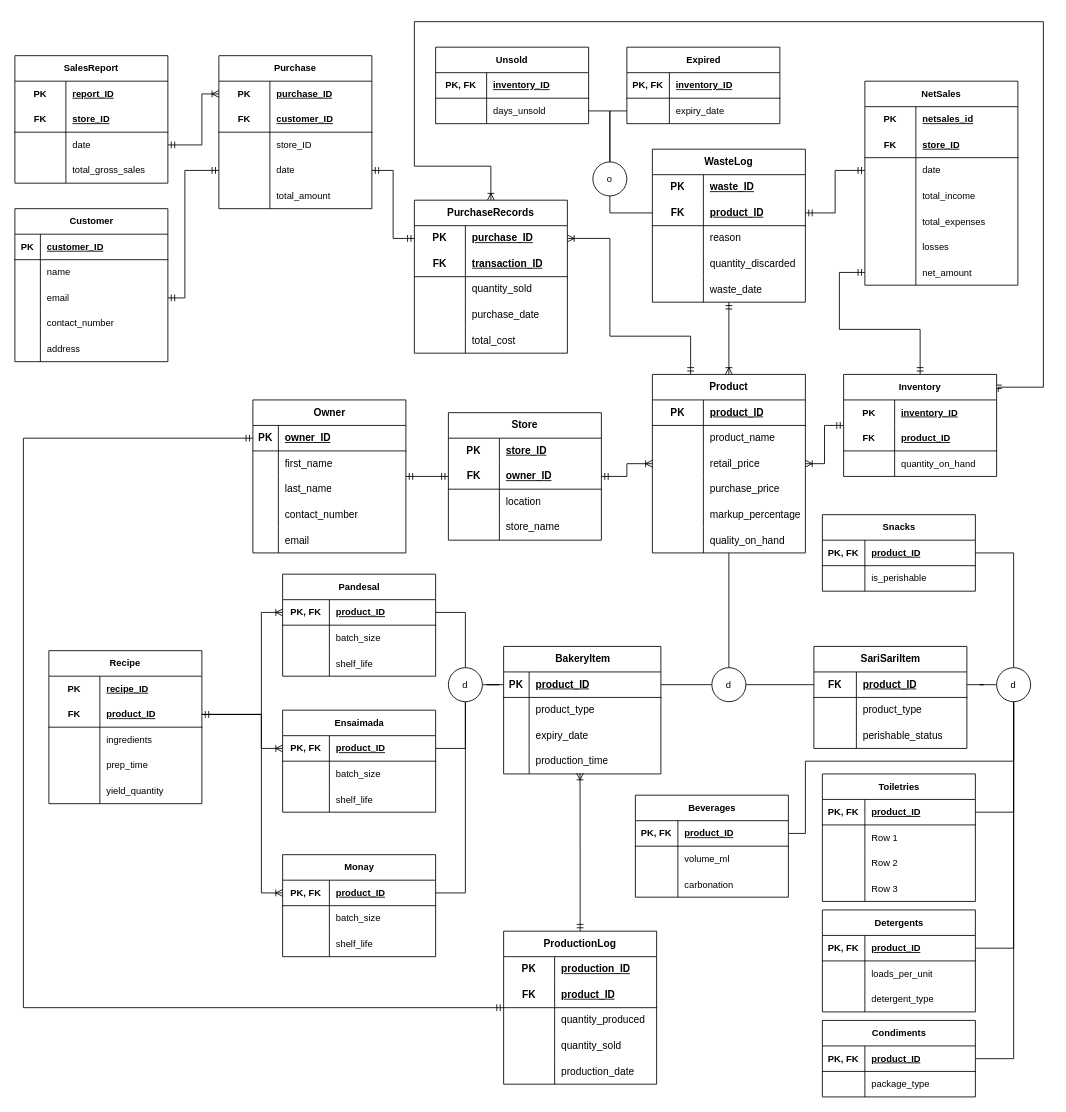
ConnedMaster/ITS131P keeps this draw.io diagram as Reworked ERD.drawio. Above is the earlier version. Source tidied: cells renumbered, new cells numbered last; positions are measured from the earlier drawing's top-left corner, leaving out a move shared by most shapes. Both pictures are drawn from the tidied source at 85%, with x=0, y=0 at pixel (14, 21).
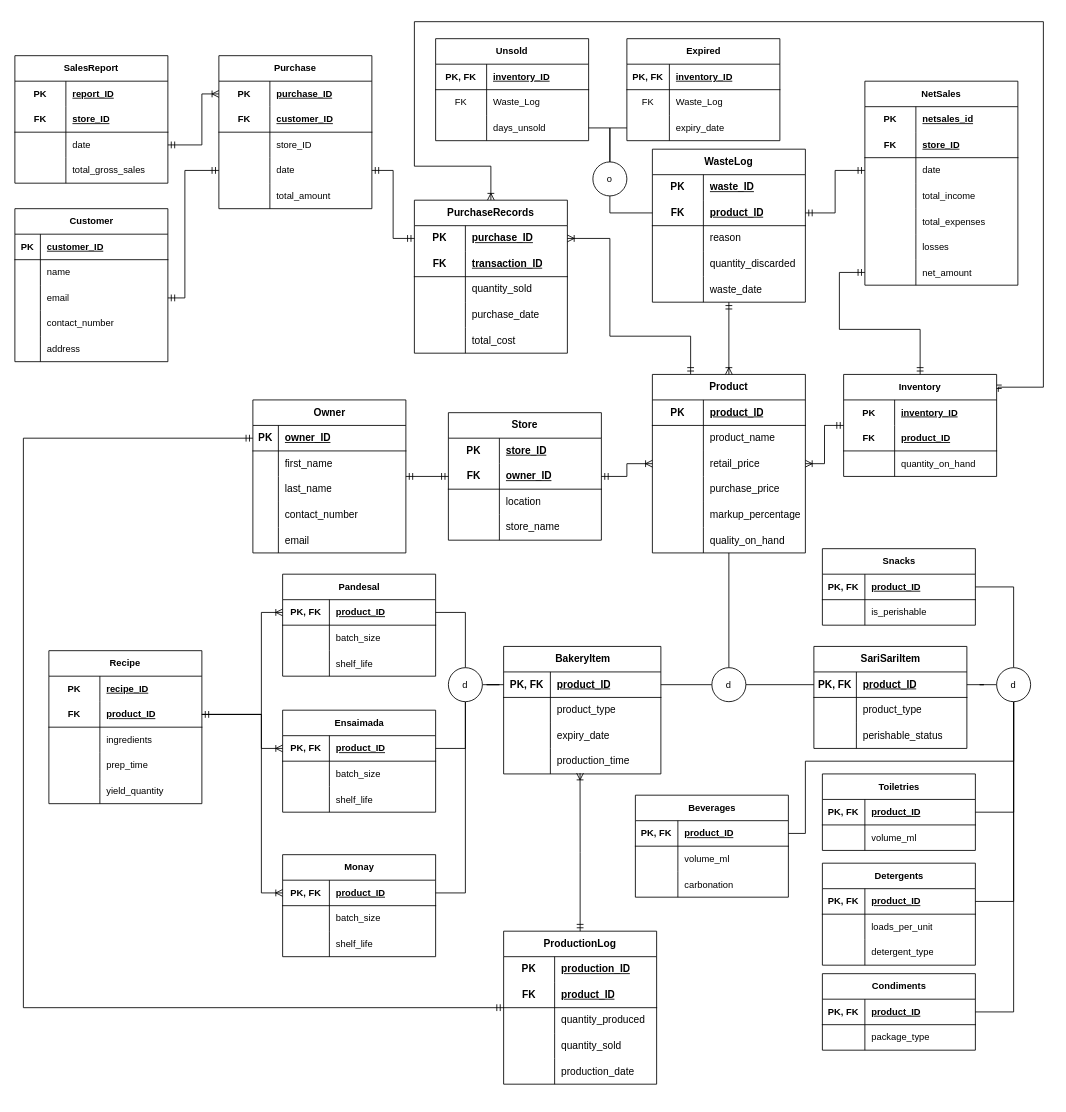
After the change.

The change refers to these unchanged cells:
```xml
<mxCell id="17" value="d" style="ellipse;whiteSpace=wrap;html=1;fontFamily=Helvetica;fontSize=11;fontColor=default;labelBackgroundColor=default;" parent="1" vertex="1">
  <mxGeometry x="1155" y="760" width="40" height="40" as="geometry" />
</mxCell>
<mxCell id="26" style="shape=tableRow;horizontal=0;startSize=0;swimlaneHead=0;swimlaneBody=0;fillColor=none;points=[[0,0.5],[1,0.5]];portConstraint=eastwest;top=0;left=0;right=0;bottom=1;" parent="25" vertex="1">
  <mxGeometry y="30" width="180" height="30" as="geometry" />
</mxCell>
<mxCell id="132" style="shape=tableRow;horizontal=0;startSize=0;swimlaneHead=0;swimlaneBody=0;fillColor=none;points=[[0,0.5],[1,0.5]];portConstraint=eastwest;top=0;left=0;right=0;bottom=1;" parent="131" vertex="1">
  <mxGeometry y="30" width="185" height="30" as="geometry" />
</mxCell>
<mxCell id="135" style="shape=tableRow;horizontal=0;startSize=0;swimlaneHead=0;swimlaneBody=0;fillColor=none;top=0;left=0;right=0;bottom=0;" parent="131" vertex="1">
  <mxGeometry y="60" width="185" height="30" as="geometry" />
</mxCell>
<mxCell id="138" style="shape=tableRow;horizontal=0;startSize=0;swimlaneHead=0;swimlaneBody=0;fillColor=none;top=0;left=0;right=0;bottom=0;" parent="131" vertex="1">
  <mxGeometry y="90" width="185" height="30" as="geometry" />
</mxCell>
<mxCell id="141" style="shape=tableRow;horizontal=0;startSize=0;swimlaneHead=0;swimlaneBody=0;fillColor=none;points=[[0,0.5],[1,0.5]];portConstraint=eastwest;top=0;left=0;right=0;bottom=0;" parent="131" vertex="1">
  <mxGeometry y="120" width="185" height="30" as="geometry" />
</mxCell>
<mxCell id="295" style="shape=tableRow;horizontal=0;startSize=0;swimlaneHead=0;swimlaneBody=0;fillColor=none;points=[[0,0.5],[1,0.5]];portConstraint=eastwest;top=0;left=0;right=0;bottom=1;fontFamily=Helvetica;fontSize=11;fontColor=default;labelBackgroundColor=default;" parent="294" vertex="1">
  <mxGeometry y="30" width="180" height="30" as="geometry" />
</mxCell>
<mxCell id="305" style="shape=tableRow;horizontal=0;startSize=0;swimlaneHead=0;swimlaneBody=0;fillColor=none;top=0;left=0;right=0;bottom=0;fontFamily=Helvetica;fontSize=11;fontColor=default;labelBackgroundColor=default;" parent="301" vertex="1">
  <mxGeometry y="60" width="180" height="30" as="geometry" />
</mxCell>
```

What changed in the source:
```diff
@@
     <mxCell id="12" style="edgeStyle=orthogonalEdgeStyle;shape=connector;rounded=0;jettySize=auto;html=1;entryX=1;entryY=0.5;entryDx=0;entryDy=0;strokeColor=default;align=center;verticalAlign=middle;fontFamily=Helvetica;fontSize=11;fontColor=default;labelBackgroundColor=default;endArrow=none;endFill=0;exitX=0.5;exitY=0;exitDx=0;exitDy=0;" parent="1" edge="1" source="17" target="295">
       <mxGeometry relative="1" as="geometry">
         <Array as="points">
-          <mxPoint x="1175" y="625" />
+          <mxPoint x="1175" y="665" />
         </Array>
       </mxGeometry>
     </mxCell>
@@
-    <mxCell id="27" value="FK" style="shape=partialRectangle;fillColor=none;top=0;left=0;bottom=0;right=0;fontStyle=1;overflow=hidden;whiteSpace=wrap;html=1;" parent="26" vertex="1">
+    <mxCell id="27" value="PK, FK" style="shape=partialRectangle;fillColor=none;top=0;left=0;bottom=0;right=0;fontStyle=1;overflow=hidden;whiteSpace=wrap;html=1;" parent="26" vertex="1">
       <mxGeometry width="50" height="30" as="geometry" />
     </mxCell>
@@
-    <mxCell id="133" value="PK" style="shape=partialRectangle;fillColor=none;top=0;left=0;bottom=0;right=0;fontStyle=1;overflow=hidden;whiteSpace=wrap;html=1;" parent="132" vertex="1">
-      <mxGeometry width="30" height="30" as="geometry" />
+    <mxCell id="133" value="PK, FK" style="shape=partialRectangle;fillColor=none;top=0;left=0;bottom=0;right=0;fontStyle=1;overflow=hidden;whiteSpace=wrap;html=1;" parent="132" vertex="1">
+      <mxGeometry width="55" height="30" as="geometry" />
     </mxCell>
     <mxCell id="134" value="product_ID" style="shape=partialRectangle;fillColor=none;top=0;left=0;bottom=0;right=0;align=left;spacingLeft=6;fontStyle=5;overflow=hidden;whiteSpace=wrap;html=1;" parent="132" vertex="1">
-      <mxGeometry x="30" width="155" height="30" as="geometry" />
+      <mxGeometry x="55" width="130" height="30" as="geometry" />
     </mxCell>
@@
     <mxCell id="136" style="shape=partialRectangle;fillColor=none;top=0;left=0;bottom=0;right=0;overflow=hidden;whiteSpace=wrap;html=1;" parent="135" vertex="1">
-      <mxGeometry width="30" height="30" as="geometry" />
+      <mxGeometry width="55" height="30" as="geometry" />
     </mxCell>
     <mxCell id="137" value="product_type" style="shape=partialRectangle;fillColor=none;top=0;left=0;bottom=0;right=0;align=left;spacingLeft=6;overflow=hidden;whiteSpace=wrap;html=1;" parent="135" vertex="1">
-      <mxGeometry x="30" width="155" height="30" as="geometry" />
+      <mxGeometry x="55" width="130" height="30" as="geometry" />
     </mxCell>
@@
     <mxCell id="139" style="shape=partialRectangle;fillColor=none;top=0;left=0;bottom=0;right=0;overflow=hidden;whiteSpace=wrap;html=1;" parent="138" vertex="1">
-      <mxGeometry width="30" height="30" as="geometry" />
+      <mxGeometry width="55" height="30" as="geometry" />
     </mxCell>
     <mxCell id="140" value="expiry_date" style="shape=partialRectangle;fillColor=none;top=0;left=0;bottom=0;right=0;align=left;spacingLeft=6;overflow=hidden;whiteSpace=wrap;html=1;" parent="138" vertex="1">
-      <mxGeometry x="30" width="155" height="30" as="geometry" />
+      <mxGeometry x="55" width="130" height="30" as="geometry" />
     </mxCell>
@@
     <mxCell id="142" style="shape=partialRectangle;fillColor=none;top=0;left=0;bottom=0;right=0;overflow=hidden;whiteSpace=wrap;html=1;" parent="141" vertex="1">
-      <mxGeometry width="30" height="30" as="geometry" />
+      <mxGeometry width="55" height="30" as="geometry" />
     </mxCell>
     <mxCell id="143" value="production_time" style="shape=partialRectangle;fillColor=none;top=0;left=0;bottom=0;right=0;align=left;spacingLeft=6;overflow=hidden;whiteSpace=wrap;html=1;" parent="141" vertex="1">
-      <mxGeometry x="30" width="155" height="30" as="geometry" />
+      <mxGeometry x="55" width="130" height="30" as="geometry" />
     </mxCell>
@@
     <mxCell id="280" value="Unsold" style="shape=table;startSize=30;childLayout=tableLayout;rowLines=0;fontStyle=1;align=center;html=1;whiteSpace=wrap;fontFamily=Helvetica;fontSize=11;fontColor=default;labelBackgroundColor=default;" parent="1" vertex="1">
-      <mxGeometry x="495" y="30" width="180" height="90" as="geometry" />
+      <mxGeometry x="495" y="20" width="180" height="120" as="geometry" />
     </mxCell>
@@
+    <mxCell id="341" style="shape=tableRow;horizontal=0;startSize=0;swimlaneHead=0;swimlaneBody=0;fillColor=none;top=0;left=0;right=0;bottom=0;fontFamily=Helvetica;fontSize=11;fontColor=default;labelBackgroundColor=default;" parent="280" vertex="1">
+      <mxGeometry y="60" width="180" height="30" as="geometry" />
+    </mxCell>
+    <mxCell id="342" value="FK" style="shape=partialRectangle;fillColor=none;top=0;left=0;bottom=0;right=0;fontStyle=0;overflow=hidden;whiteSpace=wrap;html=1;fontFamily=Helvetica;fontSize=11;fontColor=default;labelBackgroundColor=default;" parent="341" vertex="1">
+      <mxGeometry width="60" height="30" as="geometry" />
+    </mxCell>
+    <mxCell id="343" value="Waste_Log" style="shape=partialRectangle;fillColor=none;top=0;left=0;bottom=0;right=0;align=left;spacingLeft=6;fontStyle=0;overflow=hidden;whiteSpace=wrap;html=1;fontFamily=Helvetica;fontSize=11;fontColor=default;labelBackgroundColor=default;" parent="341" vertex="1">
+      <mxGeometry x="60" width="120" height="30" as="geometry" />
+    </mxCell>
     <mxCell id="284" style="shape=tableRow;horizontal=0;startSize=0;swimlaneHead=0;swimlaneBody=0;fillColor=none;points=[[0,0.5],[1,0.5]];portConstraint=eastwest;top=0;left=0;right=0;bottom=0;html=1;fontFamily=Helvetica;fontSize=11;fontColor=default;labelBackgroundColor=default;" parent="280" vertex="1">
-      <mxGeometry y="60" width="180" height="30" as="geometry" />
+      <mxGeometry y="90" width="180" height="30" as="geometry" />
     </mxCell>
@@
     <mxCell id="287" value="Expired" style="shape=table;startSize=30;childLayout=tableLayout;rowLines=0;fontStyle=1;align=center;html=1;fontFamily=Helvetica;fontSize=11;fontColor=default;labelBackgroundColor=default;" parent="1" vertex="1">
-      <mxGeometry x="720" y="30" width="180" height="90" as="geometry" />
+      <mxGeometry x="720" y="20" width="180" height="120" as="geometry" />
     </mxCell>
@@
+    <mxCell id="344" style="shape=tableRow;horizontal=0;startSize=0;swimlaneHead=0;swimlaneBody=0;fillColor=none;top=0;left=0;right=0;bottom=0;fontFamily=Helvetica;fontSize=11;fontColor=default;labelBackgroundColor=default;" parent="287" vertex="1">
+      <mxGeometry y="60" width="180" height="30" as="geometry" />
+    </mxCell>
+    <mxCell id="345" value="FK" style="shape=partialRectangle;fillColor=none;top=0;left=0;bottom=0;right=0;fontStyle=0;overflow=hidden;whiteSpace=wrap;html=1;fontFamily=Helvetica;fontSize=11;fontColor=default;labelBackgroundColor=default;" parent="344" vertex="1">
+      <mxGeometry width="50" height="30" as="geometry" />
+    </mxCell>
+    <mxCell id="346" value="Waste_Log" style="shape=partialRectangle;fillColor=none;top=0;left=0;bottom=0;right=0;align=left;spacingLeft=6;fontStyle=0;overflow=hidden;whiteSpace=wrap;html=1;fontFamily=Helvetica;fontSize=11;fontColor=default;labelBackgroundColor=default;" parent="344" vertex="1">
+      <mxGeometry x="50" width="130" height="30" as="geometry" />
+    </mxCell>
     <mxCell id="291" style="shape=tableRow;horizontal=0;startSize=0;swimlaneHead=0;swimlaneBody=0;fillColor=none;points=[[0,0.5],[1,0.5]];portConstraint=eastwest;top=0;left=0;right=0;bottom=0;fontFamily=Helvetica;fontSize=11;fontColor=default;labelBackgroundColor=default;" parent="287" vertex="1">
-      <mxGeometry y="60" width="180" height="30" as="geometry" />
+      <mxGeometry y="90" width="180" height="30" as="geometry" />
     </mxCell>
@@
     <mxCell id="294" value="Snacks" style="shape=table;startSize=30;childLayout=tableLayout;rowLines=0;fontStyle=1;align=center;html=1;fontFamily=Helvetica;fontSize=11;fontColor=default;labelBackgroundColor=default;" parent="1" vertex="1">
-      <mxGeometry x="950" y="580" width="180" height="90" as="geometry" />
+      <mxGeometry x="950" y="620" width="180" height="90" as="geometry" />
     </mxCell>
@@
     <mxCell id="301" value="Toiletries" style="shape=table;startSize=30;childLayout=tableLayout;rowLines=0;fontStyle=1;align=center;html=1;fontFamily=Helvetica;fontSize=11;fontColor=default;labelBackgroundColor=default;" parent="1" vertex="1">
-      <mxGeometry x="950" y="885" width="180" height="150" as="geometry" />
+      <mxGeometry x="950" y="885" width="180" height="90" as="geometry" />
     </mxCell>
@@
-    <mxCell id="307" value="Row 1" style="shape=partialRectangle;fillColor=none;top=0;left=0;bottom=0;right=0;align=left;spacingLeft=6;overflow=hidden;whiteSpace=wrap;html=1;fontFamily=Helvetica;fontSize=11;fontColor=default;labelBackgroundColor=default;" parent="305" vertex="1">
+    <mxCell id="307" value="volume_ml" style="shape=partialRectangle;fillColor=none;top=0;left=0;bottom=0;right=0;align=left;spacingLeft=6;overflow=hidden;whiteSpace=wrap;html=1;fontFamily=Helvetica;fontSize=11;fontColor=default;labelBackgroundColor=default;" parent="305" vertex="1">
       <mxGeometry x="50" width="130" height="30" as="geometry" />
     </mxCell>
-    <mxCell id="308" style="shape=tableRow;horizontal=0;startSize=0;swimlaneHead=0;swimlaneBody=0;fillColor=none;top=0;left=0;right=0;bottom=0;fontFamily=Helvetica;fontSize=11;fontColor=default;labelBackgroundColor=default;" parent="301" vertex="1">
-      <mxGeometry y="90" width="180" height="30" as="geometry" />
-    </mxCell>
-    <mxCell id="309" style="shape=partialRectangle;fillColor=none;top=0;left=0;bottom=0;right=0;overflow=hidden;whiteSpace=wrap;html=1;fontFamily=Helvetica;fontSize=11;fontColor=default;labelBackgroundColor=default;" parent="308" vertex="1">
-      <mxGeometry width="50" height="30" as="geometry" />
-    </mxCell>
-    <mxCell id="310" value="Row 2" style="shape=partialRectangle;fillColor=none;top=0;left=0;bottom=0;right=0;align=left;spacingLeft=6;overflow=hidden;whiteSpace=wrap;html=1;fontFamily=Helvetica;fontSize=11;fontColor=default;labelBackgroundColor=default;" parent="308" vertex="1">
-      <mxGeometry x="50" width="130" height="30" as="geometry" />
-    </mxCell>
-    <mxCell id="311" style="shape=tableRow;horizontal=0;startSize=0;swimlaneHead=0;swimlaneBody=0;fillColor=none;top=0;left=0;right=0;bottom=0;fontFamily=Helvetica;fontSize=11;fontColor=default;labelBackgroundColor=default;" parent="301" vertex="1">
-      <mxGeometry y="120" width="180" height="30" as="geometry" />
-    </mxCell>
-    <mxCell id="312" style="shape=partialRectangle;fillColor=none;top=0;left=0;bottom=0;right=0;overflow=hidden;whiteSpace=wrap;html=1;fontFamily=Helvetica;fontSize=11;fontColor=default;labelBackgroundColor=default;" parent="311" vertex="1">
-      <mxGeometry width="50" height="30" as="geometry" />
-    </mxCell>
-    <mxCell id="313" value="Row 3" style="shape=partialRectangle;fillColor=none;top=0;left=0;bottom=0;right=0;align=left;spacingLeft=6;overflow=hidden;whiteSpace=wrap;html=1;fontFamily=Helvetica;fontSize=11;fontColor=default;labelBackgroundColor=default;" parent="311" vertex="1">
-      <mxGeometry x="50" width="130" height="30" as="geometry" />
-    </mxCell>
     <mxCell id="314" value="Detergents" style="shape=table;startSize=30;childLayout=tableLayout;rowLines=0;fontStyle=1;align=center;html=1;fontFamily=Helvetica;fontSize=11;fontColor=default;labelBackgroundColor=default;" parent="1" vertex="1">
-      <mxGeometry x="950" y="1045" width="180" height="120" as="geometry" />
+      <mxGeometry x="950" y="990" width="180" height="120" as="geometry" />
     </mxCell>
@@
     <mxCell id="324" value="Condiments" style="shape=table;startSize=30;childLayout=tableLayout;rowLines=0;fontStyle=1;align=center;html=1;fontFamily=Helvetica;fontSize=11;fontColor=default;labelBackgroundColor=default;" parent="1" vertex="1">
-      <mxGeometry x="950" y="1175" width="180" height="90" as="geometry" />
+      <mxGeometry x="950" y="1120" width="180" height="90" as="geometry" />
     </mxCell>
```
